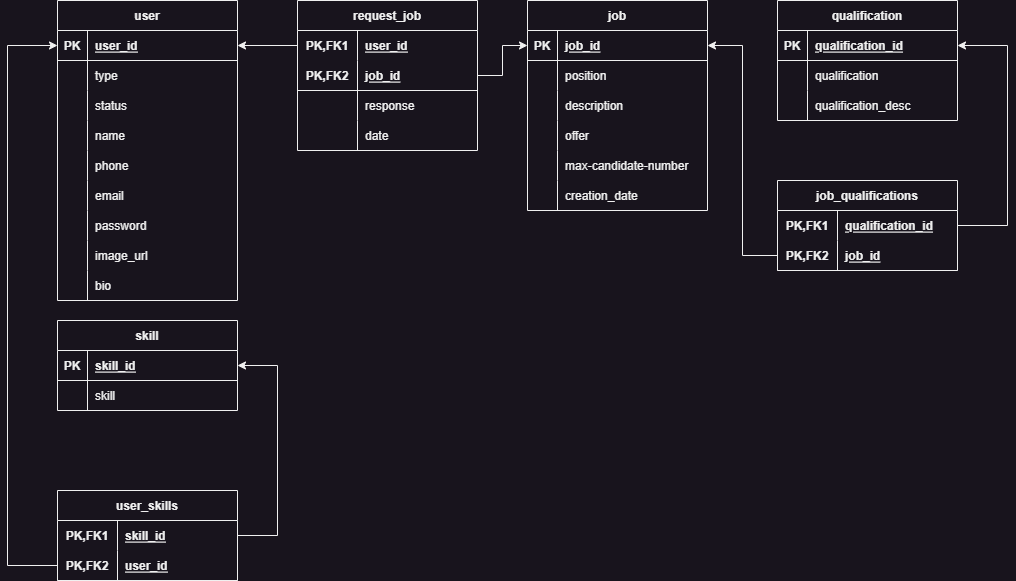
Above: ia-eer.drawio.png in yhya-tarek/SW2-Project (draw.io), before the change. Source tidied: cells renumbered, new cells last; positions are measured from the earlier drawing's top-left corner, leaving out a move shared by most shapes.
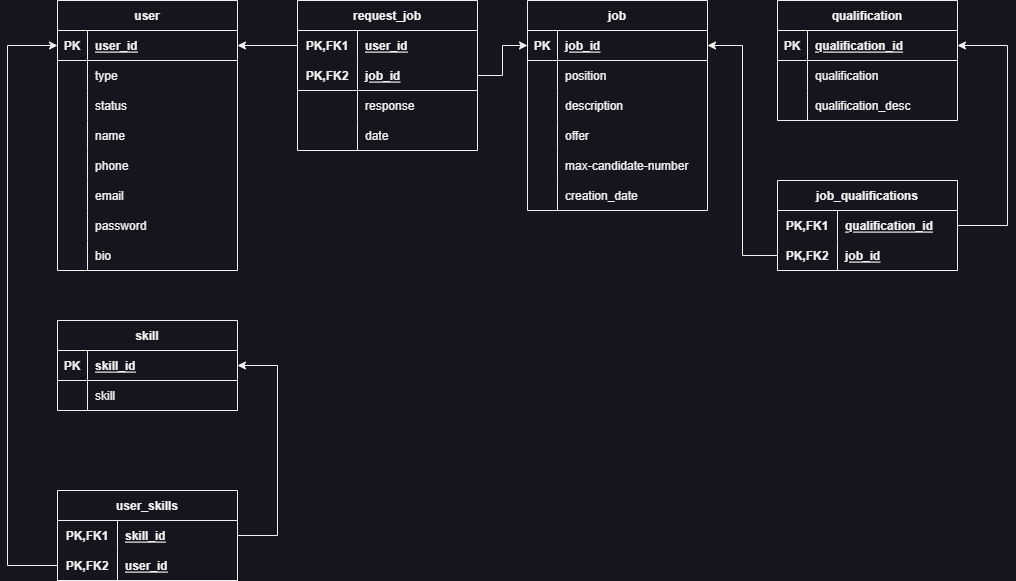
Above is the later version.

The edit, as a diff of the source:
```diff
@@ -3,7 +3,7 @@
     <mxCell id="0" />
     <mxCell id="1" parent="0" />
     <mxCell id="2" value="user" style="shape=table;startSize=30;rowLines=0;fontStyle=1;align=center;" parent="1" vertex="1">
-      <mxGeometry x="50" width="180" height="300" as="geometry" />
+      <mxGeometry x="50" width="180" height="270" as="geometry" />
     </mxCell>
     <mxCell id="3" style="shape=tableRow;horizontal=0;startSize=0;swimlaneHead=0;swimlaneBody=0;fillColor=none;points=[[0,0.5],[1,0.5]];portConstraint=eastwest;top=0;left=0;right=0;bottom=1;" parent="2" vertex="1">
       <mxGeometry y="30" width="180" height="30" as="geometry" />
@@ -68,17 +68,8 @@
     <mxCell id="23" value="password" style="shape=partialRectangle;fillColor=none;top=0;left=0;bottom=0;right=0;align=left;spacingLeft=6;overflow=hidden;" parent="21" vertex="1">
       <mxGeometry x="30" width="150" height="30" as="geometry" />
     </mxCell>
-    <mxCell id="24" style="shape=tableRow;horizontal=0;startSize=0;swimlaneHead=0;swimlaneBody=0;fillColor=none;top=0;left=0;right=0;bottom=0;" parent="2" vertex="1">
-      <mxGeometry y="240" width="180" height="30" as="geometry" />
-    </mxCell>
-    <mxCell id="25" style="shape=partialRectangle;fillColor=none;top=0;left=0;bottom=0;right=0;overflow=hidden;" parent="24" vertex="1">
-      <mxGeometry width="30" height="30" as="geometry" />
-    </mxCell>
-    <mxCell id="26" value="image_url" style="shape=partialRectangle;fillColor=none;top=0;left=0;bottom=0;right=0;align=left;spacingLeft=6;overflow=hidden;" parent="24" vertex="1">
-      <mxGeometry x="30" width="150" height="30" as="geometry" />
-    </mxCell>
     <mxCell id="27" style="shape=tableRow;horizontal=0;startSize=0;swimlaneHead=0;swimlaneBody=0;fillColor=none;top=0;left=0;right=0;bottom=0;" parent="2" vertex="1">
-      <mxGeometry y="270" width="180" height="30" as="geometry" />
+      <mxGeometry y="240" width="180" height="30" as="geometry" />
     </mxCell>
     <mxCell id="28" style="shape=partialRectangle;fillColor=none;top=0;left=0;bottom=0;right=0;overflow=hidden;" parent="27" vertex="1">
       <mxGeometry width="30" height="30" as="geometry" />
```
